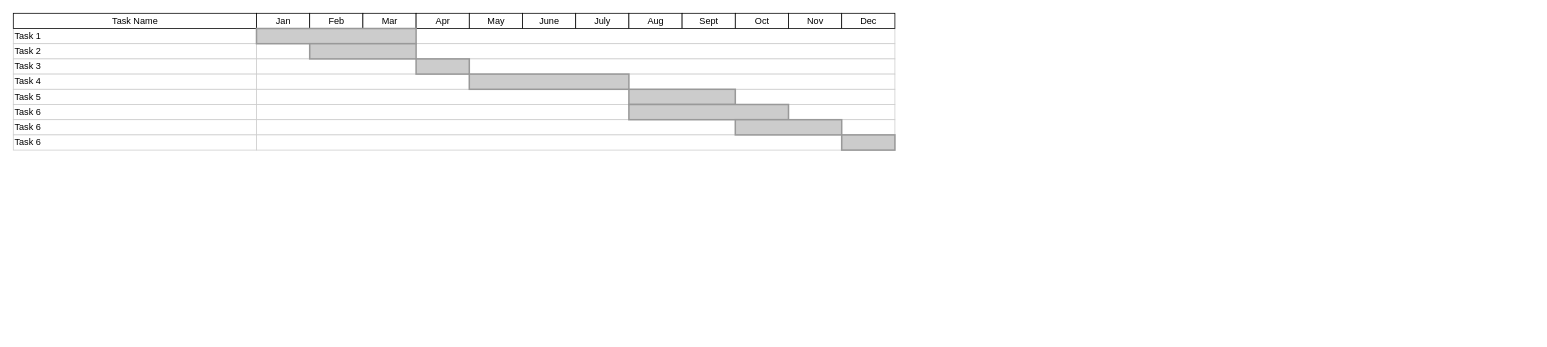
AlexL5/Salut keeps this draw.io diagram as Diagramme sans nom.drawio. Above is the earlier version. Source tidied: cells renumbered, new cells numbered last; positions are measured from the earlier drawing's top-left corner, leaving out a move shared by most shapes. Both pictures are drawn from the tidied source at 76%, with x=0, y=0 at pixel (13, 13).
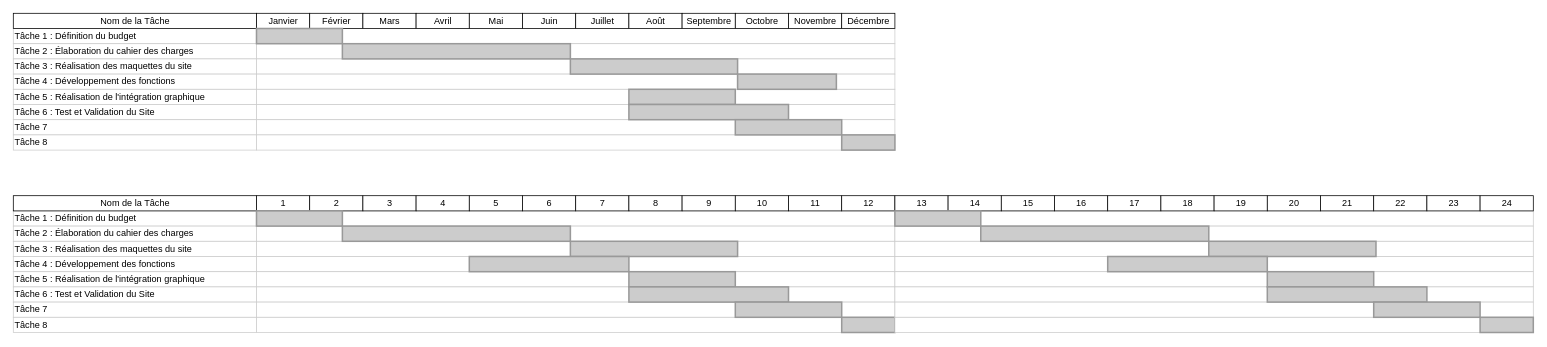
Above is the later version.

Commit message:
Mettre à jour Diagramme sans nom.drawio

What changed in the source:
```diff
@@
-    <mxCell id="2" value="Task 1" style="align=left;strokeColor=#CCCCCC;html=1;" parent="1" vertex="1">
+    <mxCell id="2" value="Tâche 1 : Définition du budget" style="align=left;strokeColor=#CCCCCC;html=1;" parent="1" vertex="1">
       <mxGeometry y="20" width="320" height="20" as="geometry" />
     </mxCell>
-    <mxCell id="3" value="Task 2" style="align=left;strokeColor=#CCCCCC;html=1;" parent="1" vertex="1">
+    <mxCell id="3" value="Tâche 2 : Élaboration du cahier des charges" style="align=left;strokeColor=#CCCCCC;html=1;" parent="1" vertex="1">
       <mxGeometry y="40" width="320" height="20" as="geometry" />
     </mxCell>
-    <mxCell id="4" value="Task 3" style="align=left;strokeColor=#CCCCCC;html=1;" parent="1" vertex="1">
+    <mxCell id="4" value="Tâche 3 : Réalisation des maquettes du site" style="align=left;strokeColor=#CCCCCC;html=1;" parent="1" vertex="1">
       <mxGeometry y="60" width="320" height="20" as="geometry" />
     </mxCell>
-    <mxCell id="5" value="Task 4" style="align=left;strokeColor=#CCCCCC;html=1;" parent="1" vertex="1">
+    <mxCell id="5" value="Tâche 4 : Développement des fonctions" style="align=left;strokeColor=#CCCCCC;html=1;" parent="1" vertex="1">
       <mxGeometry y="80" width="320" height="20" as="geometry" />
     </mxCell>
-    <mxCell id="6" value="Task 5" style="align=left;strokeColor=#CCCCCC;html=1;" parent="1" vertex="1">
+    <mxCell id="6" value="Tâche 5 : Réalisation de l'intégration graphique" style="align=left;strokeColor=#CCCCCC;html=1;" parent="1" vertex="1">
       <mxGeometry y="100" width="320" height="20" as="geometry" />
     </mxCell>
-    <mxCell id="7" value="Task 6" style="align=left;strokeColor=#CCCCCC;html=1;" parent="1" vertex="1">
+    <mxCell id="7" value="Tâche 6 : Test et Validation du Site" style="align=left;strokeColor=#CCCCCC;html=1;" parent="1" vertex="1">
       <mxGeometry y="120" width="320" height="20" as="geometry" />
     </mxCell>
-    <mxCell id="8" value="Task Name" style="strokeWidth=1;fontStyle=0;html=1;" parent="1" vertex="1">
+    <mxCell id="8" value="Nom de la Tâche" style="strokeWidth=1;fontStyle=0;html=1;" parent="1" vertex="1">
       <mxGeometry width="320" height="20" as="geometry" />
     </mxCell>
-    <mxCell id="9" value="Task 6" style="align=left;strokeColor=#CCCCCC;html=1;" parent="1" vertex="1">
+    <mxCell id="9" value="Tâche 7" style="align=left;strokeColor=#CCCCCC;html=1;" parent="1" vertex="1">
       <mxGeometry y="140" width="320" height="20" as="geometry" />
     </mxCell>
-    <mxCell id="10" value="Task 6" style="align=left;strokeColor=#CCCCCC;html=1;" parent="1" vertex="1">
+    <mxCell id="10" value="Tâche 8" style="align=left;strokeColor=#CCCCCC;html=1;" parent="1" vertex="1">
       <mxGeometry y="160" width="320" height="20" as="geometry" />
     </mxCell>
@@
-    <mxCell id="12" value="Jan" style="strokeWidth=1;fontStyle=0;html=1;" parent="1" vertex="1">
+    <mxCell id="12" value="Janvier" style="strokeWidth=1;fontStyle=0;html=1;" parent="1" vertex="1">
       <mxGeometry x="320" width="70" height="20" as="geometry" />
     </mxCell>
-    <mxCell id="13" value="Feb" style="strokeWidth=1;fontStyle=0;html=1;" parent="1" vertex="1">
+    <mxCell id="13" value="Février" style="strokeWidth=1;fontStyle=0;html=1;" parent="1" vertex="1">
       <mxGeometry x="390" width="70" height="20" as="geometry" />
     </mxCell>
-    <mxCell id="14" value="Mar" style="strokeWidth=1;fontStyle=0;html=1;" parent="1" vertex="1">
+    <mxCell id="14" value="Mars" style="strokeWidth=1;fontStyle=0;html=1;" parent="1" vertex="1">
       <mxGeometry x="460" width="70" height="20" as="geometry" />
     </mxCell>
-    <mxCell id="15" value="Apr" style="strokeWidth=1;fontStyle=0;html=1;" parent="1" vertex="1">
+    <mxCell id="15" value="Avril" style="strokeWidth=1;fontStyle=0;html=1;" parent="1" vertex="1">
       <mxGeometry x="530" width="70" height="20" as="geometry" />
     </mxCell>
-    <mxCell id="16" value="May" style="strokeWidth=1;fontStyle=0;html=1;" parent="1" vertex="1">
+    <mxCell id="16" value="Mai" style="strokeWidth=1;fontStyle=0;html=1;" parent="1" vertex="1">
       <mxGeometry x="600" width="70" height="20" as="geometry" />
     </mxCell>
-    <mxCell id="17" value="June" style="strokeWidth=1;fontStyle=0;html=1;" parent="1" vertex="1">
+    <mxCell id="17" value="Juin" style="strokeWidth=1;fontStyle=0;html=1;" parent="1" vertex="1">
       <mxGeometry x="670" width="70" height="20" as="geometry" />
     </mxCell>
-    <mxCell id="18" value="July" style="strokeWidth=1;fontStyle=0;html=1;" parent="1" vertex="1">
+    <mxCell id="18" value="Juillet" style="strokeWidth=1;fontStyle=0;html=1;" parent="1" vertex="1">
       <mxGeometry x="740" width="70" height="20" as="geometry" />
     </mxCell>
-    <mxCell id="19" value="Aug" style="strokeWidth=1;fontStyle=0;html=1;" parent="1" vertex="1">
+    <mxCell id="19" value="Août" style="strokeWidth=1;fontStyle=0;html=1;" parent="1" vertex="1">
       <mxGeometry x="810" width="70" height="20" as="geometry" />
     </mxCell>
-    <mxCell id="20" value="Sept" style="strokeWidth=1;fontStyle=0;html=1;" parent="1" vertex="1">
+    <mxCell id="20" value="Septembre" style="strokeWidth=1;fontStyle=0;html=1;" parent="1" vertex="1">
       <mxGeometry x="880" width="70" height="20" as="geometry" />
     </mxCell>
-    <mxCell id="21" value="Oct" style="strokeWidth=1;fontStyle=0;html=1;" parent="1" vertex="1">
+    <mxCell id="21" value="Octobre" style="strokeWidth=1;fontStyle=0;html=1;" parent="1" vertex="1">
       <mxGeometry x="950" width="70" height="20" as="geometry" />
     </mxCell>
-    <mxCell id="22" value="Nov" style="strokeWidth=1;fontStyle=0;html=1;" parent="1" vertex="1">
+    <mxCell id="22" value="Novembre" style="strokeWidth=1;fontStyle=0;html=1;" parent="1" vertex="1">
       <mxGeometry x="1020" width="70" height="20" as="geometry" />
     </mxCell>
-    <mxCell id="23" value="Dec" style="strokeWidth=1;fontStyle=0;html=1;" parent="1" vertex="1">
+    <mxCell id="23" value="Décembre" style="strokeWidth=1;fontStyle=0;html=1;" parent="1" vertex="1">
       <mxGeometry x="1090" width="70" height="20" as="geometry" />
     </mxCell>
@@
     <mxCell id="31" style="whiteSpace=wrap;html=1;strokeWidth=2;fillColor=#CCCCCC;gradientColor=none;fontSize=14;align=center;strokeColor=#999999;" parent="1" vertex="1">
-      <mxGeometry x="320" y="20" width="210" height="20" as="geometry" />
+      <mxGeometry x="320" y="20" width="113" height="20" as="geometry" />
     </mxCell>
     <mxCell id="32" style="whiteSpace=wrap;html=1;strokeWidth=2;fillColor=#CCCCCC;gradientColor=none;fontSize=14;align=center;strokeColor=#999999;" parent="1" vertex="1">
-      <mxGeometry x="390" y="40" width="140" height="20" as="geometry" />
+      <mxGeometry x="433" y="40" width="300" height="20" as="geometry" />
     </mxCell>
     <mxCell id="33" style="whiteSpace=wrap;html=1;strokeWidth=2;fillColor=#CCCCCC;gradientColor=none;fontSize=14;align=center;strokeColor=#999999;" parent="1" vertex="1">
-      <mxGeometry x="530" y="60" width="70" height="20" as="geometry" />
+      <mxGeometry x="733" y="60" width="220" height="20" as="geometry" />
     </mxCell>
     <mxCell id="34" style="whiteSpace=wrap;html=1;strokeWidth=2;fillColor=#CCCCCC;gradientColor=none;fontSize=14;align=center;strokeColor=#999999;" parent="1" vertex="1">
-      <mxGeometry x="600" y="80" width="210" height="20" as="geometry" />
+      <mxGeometry x="953" y="80" width="130" height="20" as="geometry" />
     </mxCell>
@@
+    <mxCell id="39" value="Tâche 1 : Définition du budget" style="align=left;strokeColor=#CCCCCC;html=1;" parent="1" vertex="1">
+      <mxGeometry y="260" width="320" height="20" as="geometry" />
+    </mxCell>
+    <mxCell id="40" value="Tâche 2 : Élaboration du cahier des charges" style="align=left;strokeColor=#CCCCCC;html=1;" parent="1" vertex="1">
+      <mxGeometry y="280" width="320" height="20" as="geometry" />
+    </mxCell>
+    <mxCell id="41" value="Tâche 3 : Réalisation des maquettes du site" style="align=left;strokeColor=#CCCCCC;html=1;" parent="1" vertex="1">
+      <mxGeometry y="300" width="320" height="20" as="geometry" />
+    </mxCell>
+    <mxCell id="42" value="Tâche 4 : Développement des fonctions" style="align=left;strokeColor=#CCCCCC;html=1;" parent="1" vertex="1">
+      <mxGeometry y="320" width="320" height="20" as="geometry" />
+    </mxCell>
+    <mxCell id="43" value="Tâche 5 : Réalisation de l'intégration graphique" style="align=left;strokeColor=#CCCCCC;html=1;" parent="1" vertex="1">
+      <mxGeometry y="340" width="320" height="20" as="geometry" />
+    </mxCell>
+    <mxCell id="44" value="Tâche 6 : Test et Validation du Site" style="align=left;strokeColor=#CCCCCC;html=1;" parent="1" vertex="1">
+      <mxGeometry y="360" width="320" height="20" as="geometry" />
+    </mxCell>
+    <mxCell id="45" value="Nom de la Tâche" style="strokeWidth=1;fontStyle=0;html=1;" parent="1" vertex="1">
+      <mxGeometry y="240" width="320" height="20" as="geometry" />
+    </mxCell>
+    <mxCell id="46" value="Tâche 7" style="align=left;strokeColor=#CCCCCC;html=1;" parent="1" vertex="1">
+      <mxGeometry y="380" width="320" height="20" as="geometry" />
+    </mxCell>
+    <mxCell id="47" value="Tâche 8" style="align=left;strokeColor=#CCCCCC;html=1;" parent="1" vertex="1">
+      <mxGeometry y="400" width="320" height="20" as="geometry" />
+    </mxCell>
+    <mxCell id="48" style="align=left;strokeColor=#CCCCCC;html=1;" parent="1" vertex="1">
+      <mxGeometry x="320" y="260" width="840" height="20" as="geometry" />
+    </mxCell>
+    <mxCell id="49" value="1" style="strokeWidth=1;fontStyle=0;html=1;" parent="1" vertex="1">
+      <mxGeometry x="320" y="240" width="70" height="20" as="geometry" />
+    </mxCell>
+    <mxCell id="50" value="2" style="strokeWidth=1;fontStyle=0;html=1;" parent="1" vertex="1">
+      <mxGeometry x="390" y="240" width="70" height="20" as="geometry" />
+    </mxCell>
+    <mxCell id="51" value="3" style="strokeWidth=1;fontStyle=0;html=1;" parent="1" vertex="1">
+      <mxGeometry x="460" y="240" width="70" height="20" as="geometry" />
+    </mxCell>
+    <mxCell id="52" value="4" style="strokeWidth=1;fontStyle=0;html=1;" parent="1" vertex="1">
+      <mxGeometry x="530" y="240" width="70" height="20" as="geometry" />
+    </mxCell>
+    <mxCell id="53" value="5" style="strokeWidth=1;fontStyle=0;html=1;" parent="1" vertex="1">
+      <mxGeometry x="600" y="240" width="70" height="20" as="geometry" />
+    </mxCell>
+    <mxCell id="54" value="6" style="strokeWidth=1;fontStyle=0;html=1;" parent="1" vertex="1">
+      <mxGeometry x="670" y="240" width="70" height="20" as="geometry" />
+    </mxCell>
+    <mxCell id="55" value="7" style="strokeWidth=1;fontStyle=0;html=1;" parent="1" vertex="1">
+      <mxGeometry x="740" y="240" width="70" height="20" as="geometry" />
+    </mxCell>
+    <mxCell id="56" value="8" style="strokeWidth=1;fontStyle=0;html=1;" parent="1" vertex="1">
+      <mxGeometry x="810" y="240" width="70" height="20" as="geometry" />
+    </mxCell>
+    <mxCell id="57" value="9" style="strokeWidth=1;fontStyle=0;html=1;" parent="1" vertex="1">
+      <mxGeometry x="880" y="240" width="70" height="20" as="geometry" />
+    </mxCell>
+    <mxCell id="58" value="10" style="strokeWidth=1;fontStyle=0;html=1;" parent="1" vertex="1">
+      <mxGeometry x="950" y="240" width="70" height="20" as="geometry" />
+    </mxCell>
+    <mxCell id="59" value="11" style="strokeWidth=1;fontStyle=0;html=1;" parent="1" vertex="1">
+      <mxGeometry x="1020" y="240" width="70" height="20" as="geometry" />
+    </mxCell>
+    <mxCell id="60" value="12" style="strokeWidth=1;fontStyle=0;html=1;" parent="1" vertex="1">
+      <mxGeometry x="1090" y="240" width="70" height="20" as="geometry" />
+    </mxCell>
+    <mxCell id="61" style="align=left;strokeColor=#CCCCCC;html=1;" parent="1" vertex="1">
+      <mxGeometry x="320" y="280" width="840" height="20" as="geometry" />
+    </mxCell>
+    <mxCell id="62" style="align=left;strokeColor=#CCCCCC;html=1;" parent="1" vertex="1">
+      <mxGeometry x="320" y="300" width="840" height="20" as="geometry" />
+    </mxCell>
+    <mxCell id="63" style="align=left;strokeColor=#CCCCCC;html=1;" parent="1" vertex="1">
+      <mxGeometry x="320" y="320" width="840" height="20" as="geometry" />
+    </mxCell>
+    <mxCell id="64" style="align=left;strokeColor=#CCCCCC;html=1;" parent="1" vertex="1">
+      <mxGeometry x="320" y="340" width="840" height="20" as="geometry" />
+    </mxCell>
+    <mxCell id="65" style="align=left;strokeColor=#CCCCCC;html=1;" parent="1" vertex="1">
+      <mxGeometry x="320" y="360" width="840" height="20" as="geometry" />
+    </mxCell>
+    <mxCell id="66" style="align=left;strokeColor=#CCCCCC;html=1;" parent="1" vertex="1">
+      <mxGeometry x="320" y="380" width="840" height="20" as="geometry" />
+    </mxCell>
+    <mxCell id="67" style="align=left;strokeColor=#CCCCCC;html=1;" parent="1" vertex="1">
+      <mxGeometry x="320" y="400" width="840" height="20" as="geometry" />
+    </mxCell>
+    <mxCell id="68" style="whiteSpace=wrap;html=1;strokeWidth=2;fillColor=#CCCCCC;gradientColor=none;fontSize=14;align=center;strokeColor=#999999;" parent="1" vertex="1">
+      <mxGeometry x="320" y="260" width="113" height="20" as="geometry" />
+    </mxCell>
+    <mxCell id="69" style="whiteSpace=wrap;html=1;strokeWidth=2;fillColor=#CCCCCC;gradientColor=none;fontSize=14;align=center;strokeColor=#999999;" parent="1" vertex="1">
+      <mxGeometry x="433" y="280" width="300" height="20" as="geometry" />
+    </mxCell>
+    <mxCell id="70" style="whiteSpace=wrap;html=1;strokeWidth=2;fillColor=#CCCCCC;gradientColor=none;fontSize=14;align=center;strokeColor=#999999;" parent="1" vertex="1">
+      <mxGeometry x="733" y="300" width="220" height="20" as="geometry" />
+    </mxCell>
+    <mxCell id="71" style="whiteSpace=wrap;html=1;strokeWidth=2;fillColor=#CCCCCC;gradientColor=none;fontSize=14;align=center;strokeColor=#999999;" parent="1" vertex="1">
+      <mxGeometry x="600" y="320" width="210" height="20" as="geometry" />
+    </mxCell>
+    <mxCell id="72" style="whiteSpace=wrap;html=1;strokeWidth=2;fillColor=#CCCCCC;gradientColor=none;fontSize=14;align=center;strokeColor=#999999;" parent="1" vertex="1">
+      <mxGeometry x="810" y="340" width="140" height="20" as="geometry" />
+    </mxCell>
+    <mxCell id="73" style="whiteSpace=wrap;html=1;strokeWidth=2;fillColor=#CCCCCC;gradientColor=none;fontSize=14;align=center;strokeColor=#999999;" parent="1" vertex="1">
+      <mxGeometry x="810" y="360" width="210" height="20" as="geometry" />
+    </mxCell>
+    <mxCell id="74" style="whiteSpace=wrap;html=1;strokeWidth=2;fillColor=#CCCCCC;gradientColor=none;fontSize=14;align=center;strokeColor=#999999;" parent="1" vertex="1">
+      <mxGeometry x="950" y="380" width="140" height="20" as="geometry" />
+    </mxCell>
+    <mxCell id="75" style="whiteSpace=wrap;html=1;strokeWidth=2;fillColor=#CCCCCC;gradientColor=none;fontSize=14;align=center;strokeColor=#999999;" parent="1" vertex="1">
+      <mxGeometry x="1090" y="400" width="70" height="20" as="geometry" />
+    </mxCell>
+    <mxCell id="76" style="align=left;strokeColor=#CCCCCC;html=1;" parent="1" vertex="1">
+      <mxGeometry x="1160" y="260" width="840" height="20" as="geometry" />
+    </mxCell>
+    <mxCell id="77" value="13" style="strokeWidth=1;fontStyle=0;html=1;" parent="1" vertex="1">
+      <mxGeometry x="1160" y="240" width="70" height="20" as="geometry" />
+    </mxCell>
+    <mxCell id="78" value="14" style="strokeWidth=1;fontStyle=0;html=1;" parent="1" vertex="1">
+      <mxGeometry x="1230" y="240" width="70" height="20" as="geometry" />
+    </mxCell>
+    <mxCell id="79" value="15" style="strokeWidth=1;fontStyle=0;html=1;" parent="1" vertex="1">
+      <mxGeometry x="1300" y="240" width="70" height="20" as="geometry" />
+    </mxCell>
+    <mxCell id="80" value="16" style="strokeWidth=1;fontStyle=0;html=1;" parent="1" vertex="1">
+      <mxGeometry x="1370" y="240" width="70" height="20" as="geometry" />
+    </mxCell>
+    <mxCell id="81" value="17" style="strokeWidth=1;fontStyle=0;html=1;" parent="1" vertex="1">
+      <mxGeometry x="1440" y="240" width="70" height="20" as="geometry" />
+    </mxCell>
+    <mxCell id="82" value="18" style="strokeWidth=1;fontStyle=0;html=1;" parent="1" vertex="1">
+      <mxGeometry x="1510" y="240" width="70" height="20" as="geometry" />
+    </mxCell>
+    <mxCell id="83" value="19" style="strokeWidth=1;fontStyle=0;html=1;" parent="1" vertex="1">
+      <mxGeometry x="1580" y="240" width="70" height="20" as="geometry" />
+    </mxCell>
+    <mxCell id="84" value="20" style="strokeWidth=1;fontStyle=0;html=1;" parent="1" vertex="1">
+      <mxGeometry x="1650" y="240" width="70" height="20" as="geometry" />
+    </mxCell>
+    <mxCell id="85" value="21" style="strokeWidth=1;fontStyle=0;html=1;" parent="1" vertex="1">
+      <mxGeometry x="1720" y="240" width="70" height="20" as="geometry" />
+    </mxCell>
+    <mxCell id="86" value="22" style="strokeWidth=1;fontStyle=0;html=1;" parent="1" vertex="1">
+      <mxGeometry x="1790" y="240" width="70" height="20" as="geometry" />
+    </mxCell>
+    <mxCell id="87" value="23" style="strokeWidth=1;fontStyle=0;html=1;" parent="1" vertex="1">
+      <mxGeometry x="1860" y="240" width="70" height="20" as="geometry" />
+    </mxCell>
+    <mxCell id="88" value="24" style="strokeWidth=1;fontStyle=0;html=1;" parent="1" vertex="1">
+      <mxGeometry x="1930" y="240" width="70" height="20" as="geometry" />
+    </mxCell>
+    <mxCell id="89" style="align=left;strokeColor=#CCCCCC;html=1;" parent="1" vertex="1">
+      <mxGeometry x="1160" y="280" width="840" height="20" as="geometry" />
+    </mxCell>
+    <mxCell id="90" style="align=left;strokeColor=#CCCCCC;html=1;" parent="1" vertex="1">
+      <mxGeometry x="1160" y="300" width="840" height="20" as="geometry" />
+    </mxCell>
+    <mxCell id="91" style="align=left;strokeColor=#CCCCCC;html=1;" parent="1" vertex="1">
+      <mxGeometry x="1160" y="320" width="840" height="20" as="geometry" />
+    </mxCell>
+    <mxCell id="92" style="align=left;strokeColor=#CCCCCC;html=1;" parent="1" vertex="1">
+      <mxGeometry x="1160" y="340" width="840" height="20" as="geometry" />
+    </mxCell>
+    <mxCell id="93" style="align=left;strokeColor=#CCCCCC;html=1;" parent="1" vertex="1">
+      <mxGeometry x="1160" y="360" width="840" height="20" as="geometry" />
+    </mxCell>
+    <mxCell id="94" style="align=left;strokeColor=#CCCCCC;html=1;" parent="1" vertex="1">
+      <mxGeometry x="1160" y="380" width="840" height="20" as="geometry" />
+    </mxCell>
+    <mxCell id="95" style="align=left;strokeColor=#CCCCCC;html=1;" parent="1" vertex="1">
+      <mxGeometry x="1160" y="400" width="840" height="20" as="geometry" />
+    </mxCell>
+    <mxCell id="96" style="whiteSpace=wrap;html=1;strokeWidth=2;fillColor=#CCCCCC;gradientColor=none;fontSize=14;align=center;strokeColor=#999999;" parent="1" vertex="1">
+      <mxGeometry x="1160" y="260" width="113" height="20" as="geometry" />
+    </mxCell>
+    <mxCell id="97" style="whiteSpace=wrap;html=1;strokeWidth=2;fillColor=#CCCCCC;gradientColor=none;fontSize=14;align=center;strokeColor=#999999;" parent="1" vertex="1">
+      <mxGeometry x="1273" y="280" width="300" height="20" as="geometry" />
+    </mxCell>
+    <mxCell id="98" style="whiteSpace=wrap;html=1;strokeWidth=2;fillColor=#CCCCCC;gradientColor=none;fontSize=14;align=center;strokeColor=#999999;" parent="1" vertex="1">
+      <mxGeometry x="1573" y="300" width="220" height="20" as="geometry" />
+    </mxCell>
+    <mxCell id="99" style="whiteSpace=wrap;html=1;strokeWidth=2;fillColor=#CCCCCC;gradientColor=none;fontSize=14;align=center;strokeColor=#999999;" parent="1" vertex="1">
+      <mxGeometry x="1440" y="320" width="210" height="20" as="geometry" />
+    </mxCell>
+    <mxCell id="100" style="whiteSpace=wrap;html=1;strokeWidth=2;fillColor=#CCCCCC;gradientColor=none;fontSize=14;align=center;strokeColor=#999999;" parent="1" vertex="1">
+      <mxGeometry x="1650" y="340" width="140" height="20" as="geometry" />
+    </mxCell>
+    <mxCell id="101" style="whiteSpace=wrap;html=1;strokeWidth=2;fillColor=#CCCCCC;gradientColor=none;fontSize=14;align=center;strokeColor=#999999;" parent="1" vertex="1">
+      <mxGeometry x="1650" y="360" width="210" height="20" as="geometry" />
+    </mxCell>
+    <mxCell id="102" style="whiteSpace=wrap;html=1;strokeWidth=2;fillColor=#CCCCCC;gradientColor=none;fontSize=14;align=center;strokeColor=#999999;" parent="1" vertex="1">
+      <mxGeometry x="1790" y="380" width="140" height="20" as="geometry" />
+    </mxCell>
+    <mxCell id="103" style="whiteSpace=wrap;html=1;strokeWidth=2;fillColor=#CCCCCC;gradientColor=none;fontSize=14;align=center;strokeColor=#999999;" parent="1" vertex="1">
+      <mxGeometry x="1930" y="400" width="70" height="20" as="geometry" />
+    </mxCell>
```
